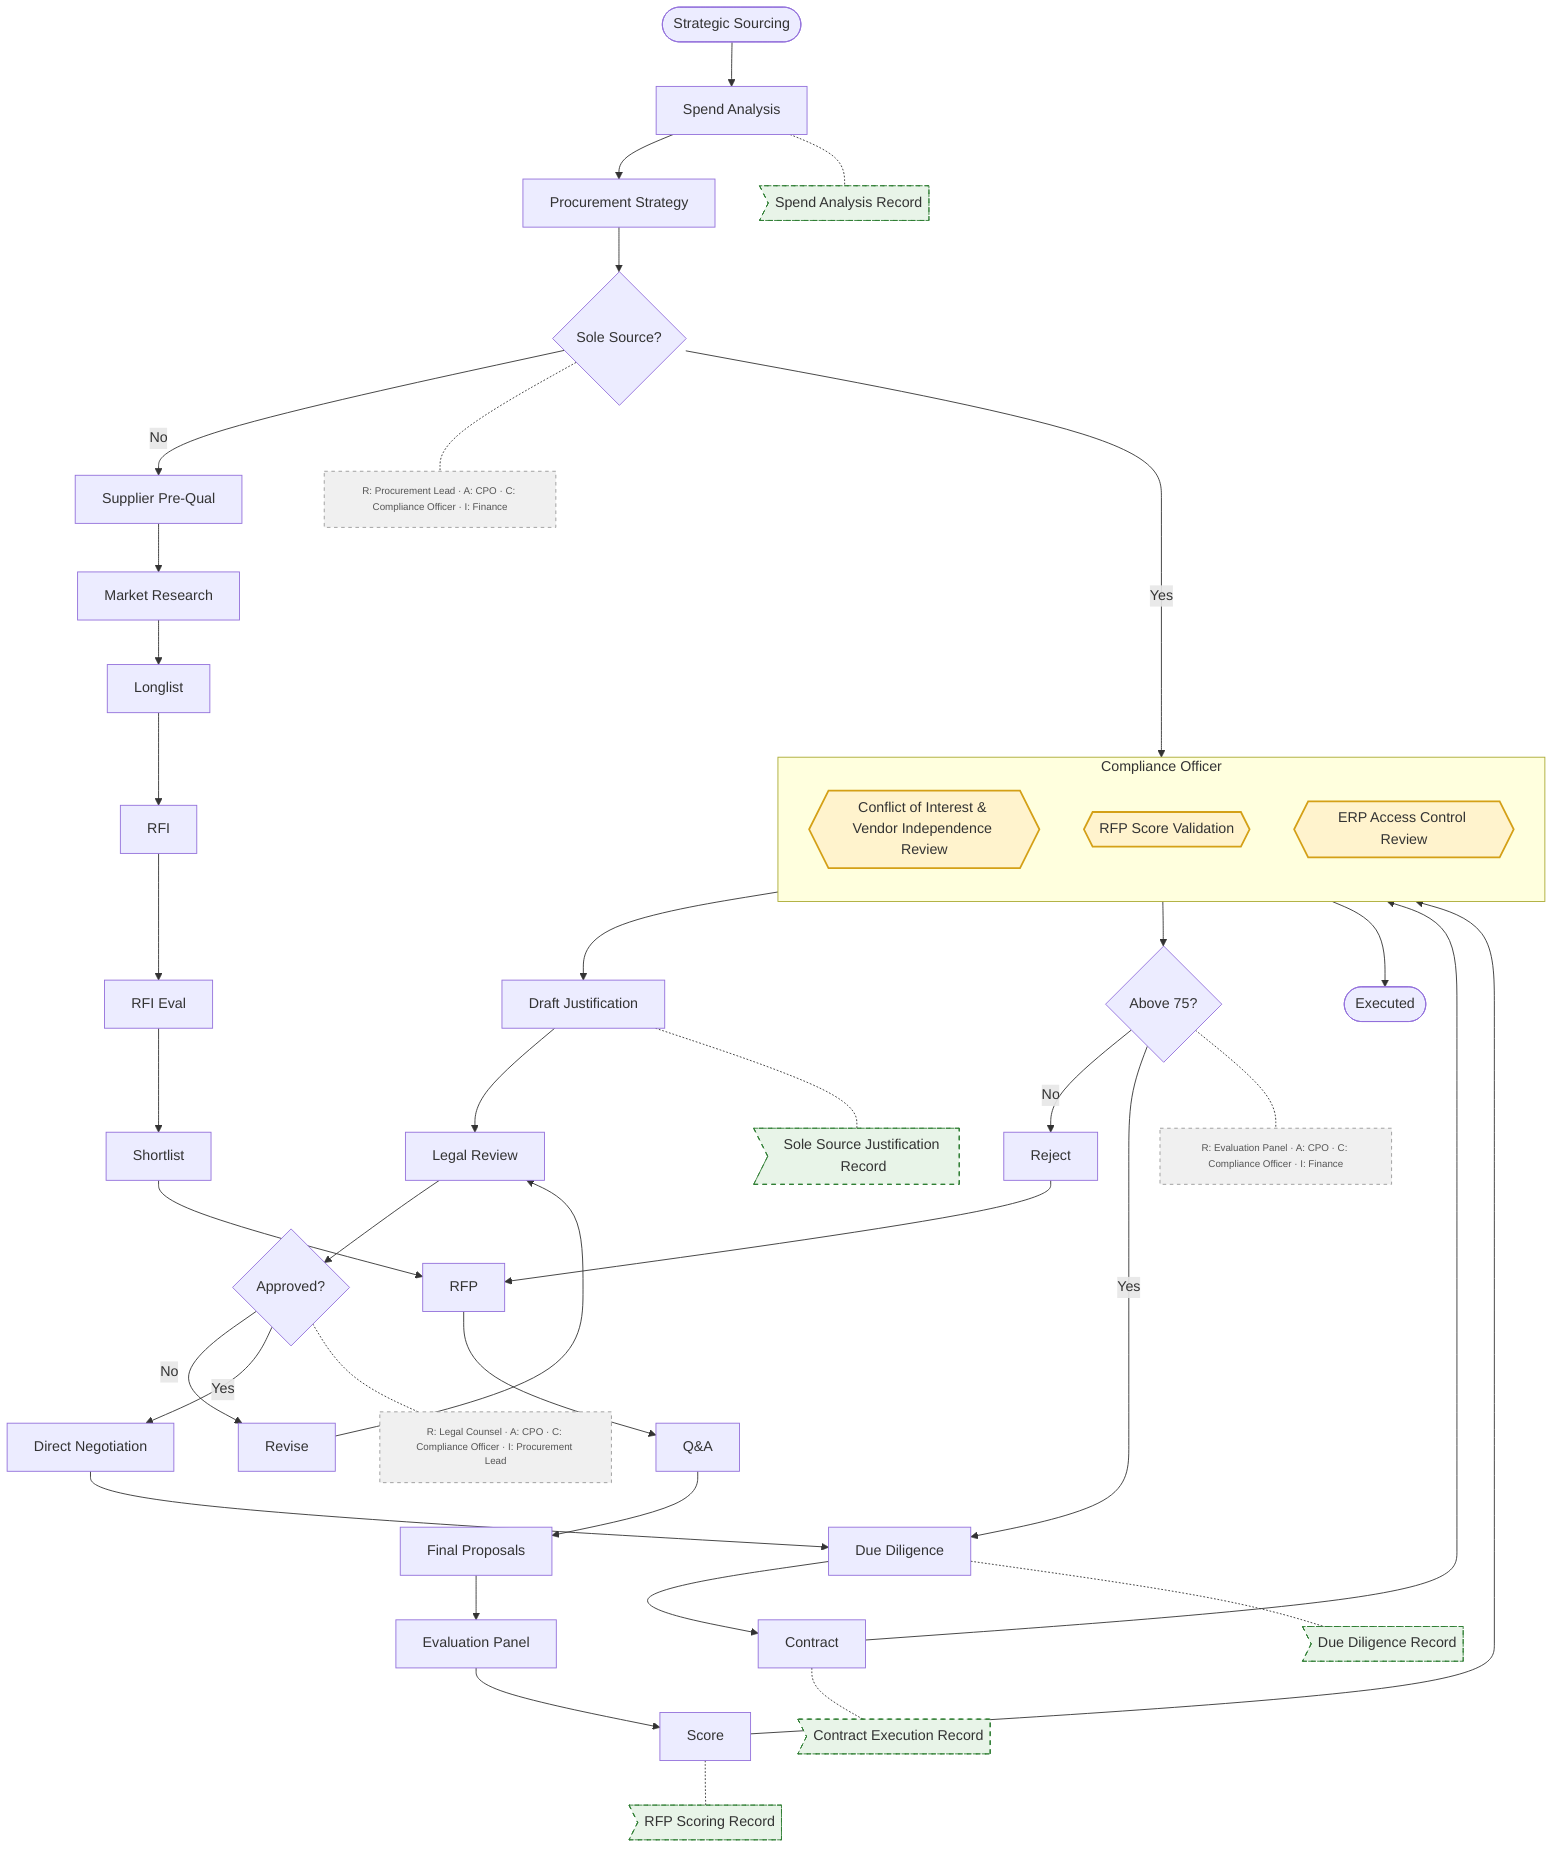
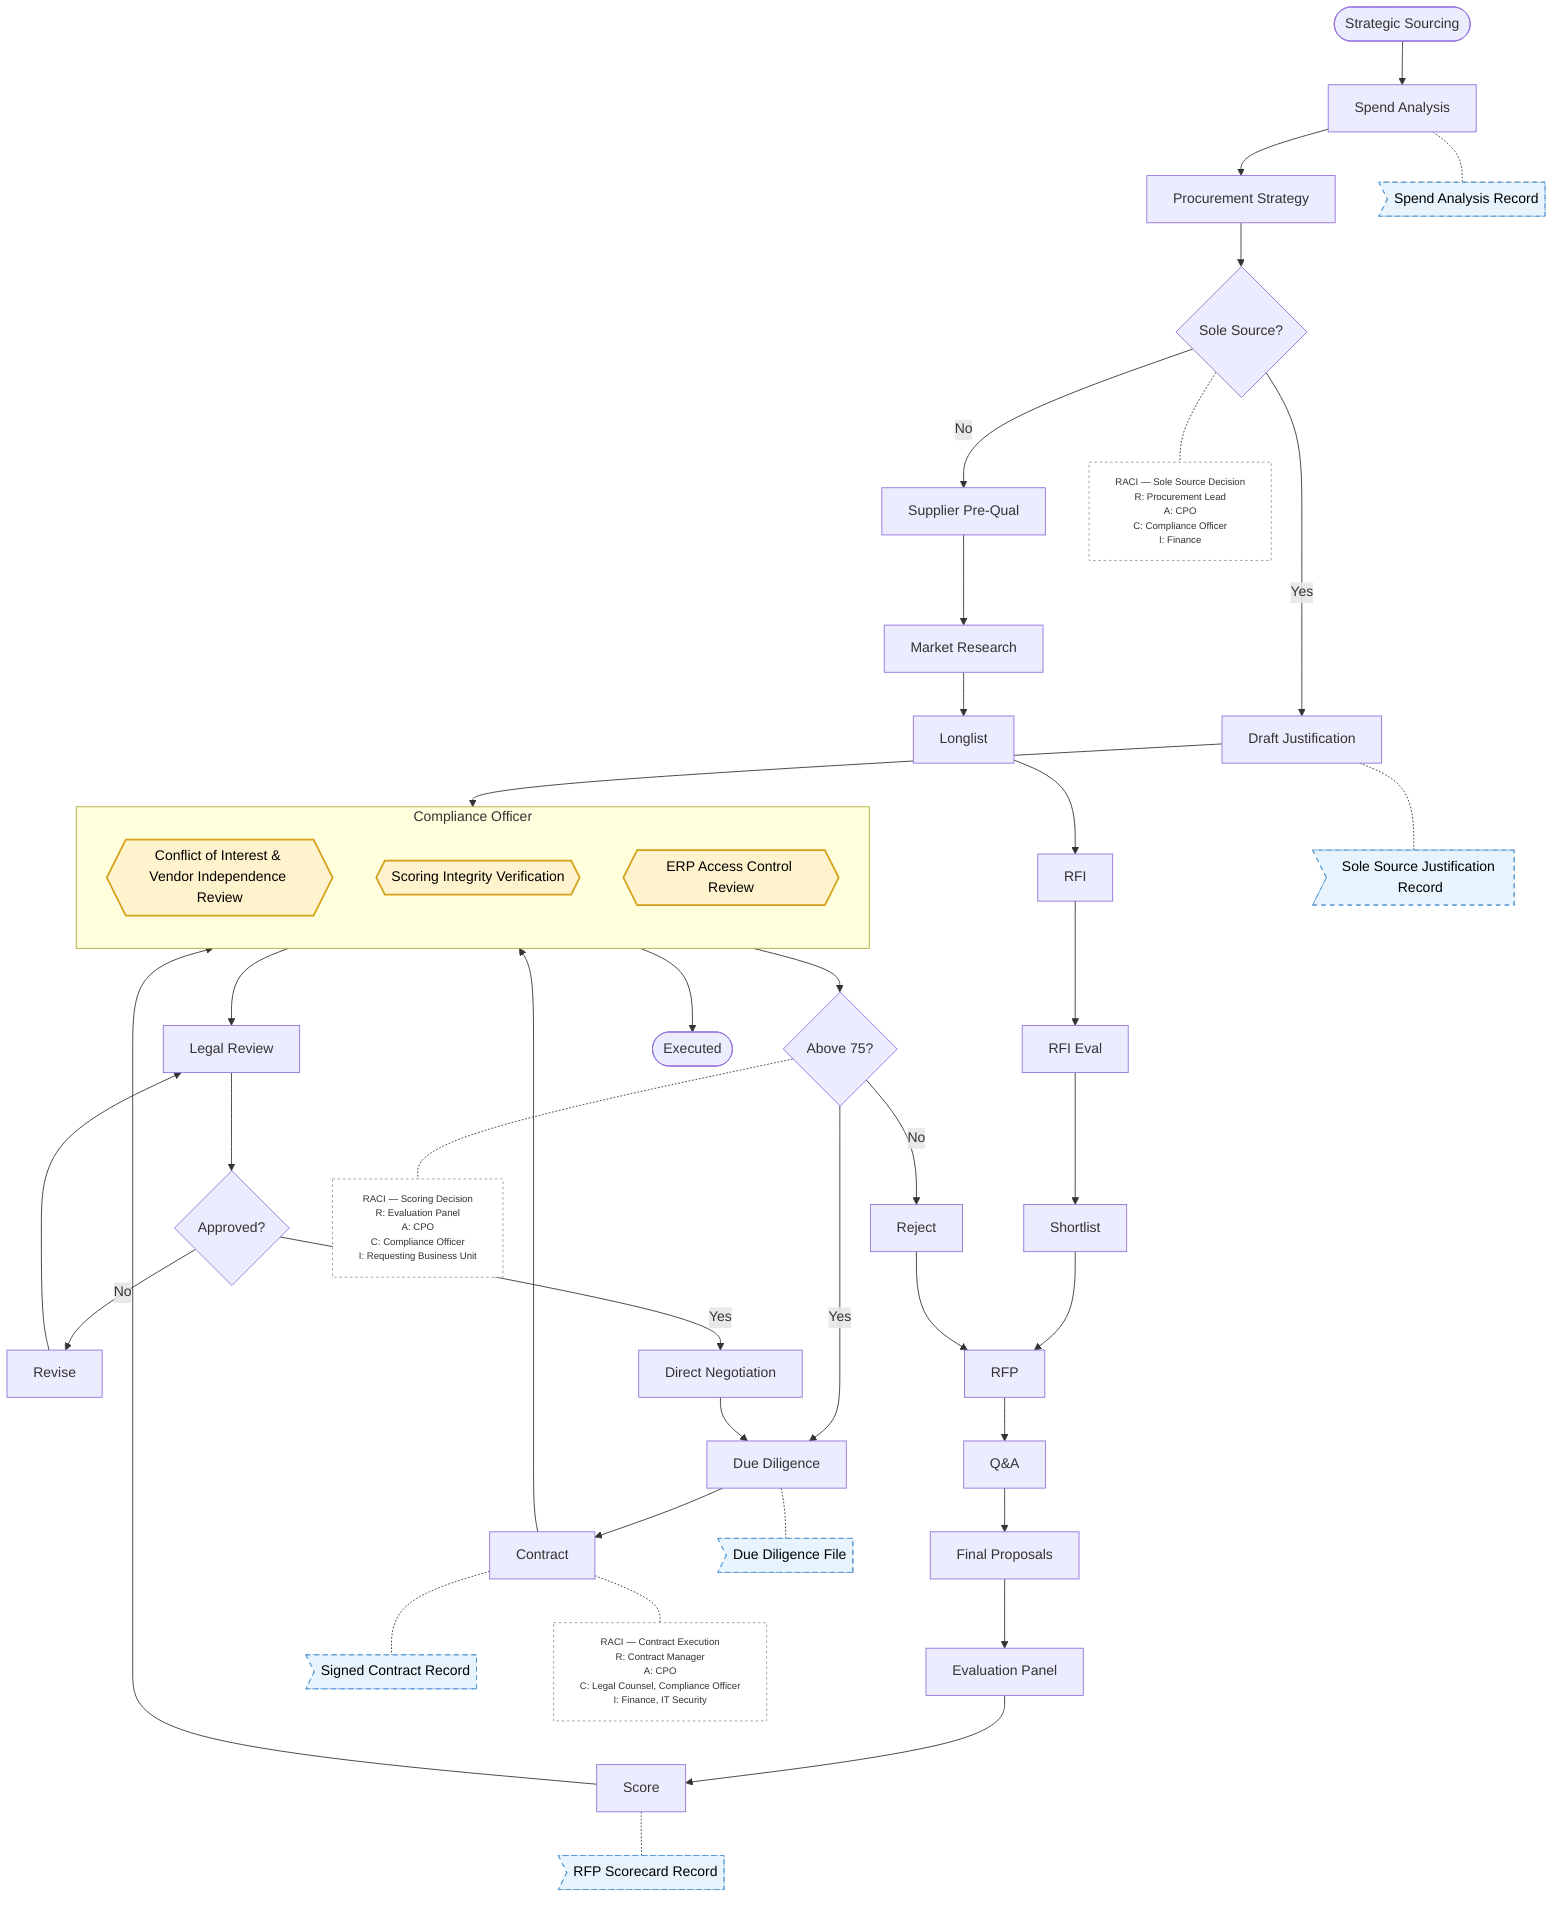
flowchart TD
-     %% ⚡ CHANGED SECTION — Compliance Officer lane with three checkpoints
-     subgraph COMP["Compliance Officer"]
-         direction TB
-         CHK1{{"Conflict of Interest & Vendor Independence Review"}}
-         CHK2{{"RFP Score Validation"}}
-         CHK3{{"ERP Access Control Review"}}
-     end
- 
    A([Strategic Sourcing]) --> B[Spend Analysis]
    B --> C[Procurement Strategy]
    C --> D{Sole Source?}
- 
-     %% ⚡ CHANGED SECTION — COI checkpoint before Sole Source justification is accepted
-     D --> |Yes| CHK1
-     CHK1 --> E[Draft Justification]
- 
+     D --> |Yes| E[Draft Justification]
    D --> |No| F[Supplier Pre-Qual]
-     E --> G[Legal Review]
+     E --> CHK1
    G --> H{Approved?}
    H --> |No| I[Revise]
    I --> G
    H --> |Yes| J[Direct Negotiation]
    F --> K[Market Research]
    K --> L[Longlist]
    L --> M[RFI]
    M --> N[RFI Eval]
    N --> O[Shortlist]
    O --> P[RFP]
    P --> Q[Q&A]
    Q --> R[Final Proposals]
    R --> S[Evaluation Panel]
    S --> T[Score]
- 
-     %% ⚡ CHANGED SECTION — Score validation checkpoint before threshold gate
    T --> CHK2
-     CHK2 --> U{Above 75?}
- 
    U --> |No| V[Reject]
    U --> |Yes| W[Due Diligence]
    J --> W
    V --> P
    W --> X[Contract]
+     X --> CHK3
+     Y([Executed])

-     %% ⚡ CHANGED SECTION — ERP access control review after contract execution
-     X --> CHK3
-     CHK3 --> Y([Executed])
+     %% ⚡ CHANGED SECTION — Compliance Officer lane with three checkpoints
+     subgraph COMP["Compliance Officer"]
+         direction TB
+         CHK1{{"Conflict of Interest & Vendor Independence Review"}}
+         CHK2{{"Scoring Integrity Verification"}}
+         CHK3{{"ERP Access Control Review"}}
+     end

-     %% ⚡ CHANGED SECTION — Documentation gates (data objects / audit artifacts)
-     DOC_B>"Spend Analysis Record"]
-     B -.- DOC_B
+     CHK1 --> G[Legal Review]
+     CHK2 --> U{Above 75?}
+     CHK3 --> Y

-     DOC_E>"Sole Source Justification Record"]
-     E -.- DOC_E
+     %% ⚡ CHANGED SECTION — Audit records as data-object artifacts (not inline)
+     DOC_SPEND>"Spend Analysis Record"]
+     DOC_SOLESOURCE>"Sole Source Justification Record"]
+     DOC_SCORECARD>"RFP Scorecard Record"]
+     DOC_DD>"Due Diligence File"]
+     DOC_CONTRACT>"Signed Contract Record"]

-     DOC_T>"RFP Scoring Record"]
-     T -.- DOC_T
+     B -.- DOC_SPEND
+     E -.- DOC_SOLESOURCE
+     T -.- DOC_SCORECARD
+     W -.- DOC_DD
+     X -.- DOC_CONTRACT

-     DOC_W>"Due Diligence Record"]
-     W -.- DOC_W
- 
-     DOC_X>"Contract Execution Record"]
-     X -.- DOC_X
- 
-     %% ⚡ CHANGED SECTION — RACI annotations on major decision points
-     RACI_D["R: Procurement Lead · A: CPO · C: Compliance Officer · I: Finance"]
+     %% ⚡ CHANGED SECTION — RACI annotations on the three big decisions
+     RACI_D["RACI — Sole Source Decision
+     R: Procurement Lead
+     A: CPO
+     C: Compliance Officer
+     I: Finance"]
    D -.- RACI_D

-     RACI_H["R: Legal Counsel · A: CPO · C: Compliance Officer · I: Procurement Lead"]
-     H -.- RACI_H
- 
-     RACI_U["R: Evaluation Panel · A: CPO · C: Compliance Officer · I: Finance"]
+     RACI_U["RACI — Scoring Decision
+     R: Evaluation Panel
+     A: CPO
+     C: Compliance Officer
+     I: Requesting Business Unit"]
    U -.- RACI_U

+     RACI_X["RACI — Contract Execution
+     R: Contract Manager
+     A: CPO
+     C: Legal Counsel, Compliance Officer
+     I: Finance, IT Security"]
+     X -.- RACI_X
+ 
    %% ⚡ CHANGED SECTION — Styling
-     classDef checkpoint fill:#fff3cd,stroke:#d4a017,stroke-width:2px,color:#333
-     classDef dataobj fill:#e8f4e8,stroke:#2e7d32,stroke-width:1px,stroke-dasharray:5 5,color:#333
-     classDef annotation fill:#f0f0f0,stroke:#999,stroke-width:1px,stroke-dasharray:4 4,color:#555,font-size:11px
+     classDef checkpoint fill:#fff3cd,stroke:#d4a017,stroke-width:2px,color:#000
+     classDef dataobj fill:#e8f4fd,stroke:#5b9bd5,stroke-width:1px,stroke-dasharray:5 5,color:#000
+     classDef annotation fill:#fff,stroke:#999,stroke-width:1px,stroke-dasharray:3 3,color:#333,font-size:11px

    class CHK1,CHK2,CHK3 checkpoint
-     class DOC_B,DOC_E,DOC_T,DOC_W,DOC_X dataobj
-     class RACI_D,RACI_H,RACI_U annotation
+     class DOC_SPEND,DOC_SOLESOURCE,DOC_SCORECARD,DOC_DD,DOC_CONTRACT dataobj
+     class RACI_D,RACI_U,RACI_X annotation

%% EXPLANATION:
- %% Added a Compliance Officer subgraph containing three governance checkpoints: (1) a Conflict of Interest & Vendor Independence Review inserted between the Sole Source decision and Draft Justification, (2) an RFP Score Validation inserted between Score and the Above 75 threshold gate, and (3) an ERP Access Control Review inserted between Contract execution and the Executed end event. Five documentation artifacts (Spend Analysis Record, Sole Source Justification Record, RFP Scoring Record, Due Diligence Record, Contract Execution Record) are attached as data objects via dotted association lines to their respective tasks, keeping them out of the main sequence flow. RACI annotations are attached via dotted lines to the three major decision gateways (Sole Source, Approved, Above 75). All original paths—sole source, competitive RFP, and reject-resubmit loop—remain intact with no removed or rerouted edges.+ %% Added a Compliance Officer subgraph (lane) containing three hexagonal checkpoint tasks: Conflict of Interest & Vendor Independence Review (inserted between Draft Justification and Legal Review), Scoring Integrity Verification (inserted between Score and the Above 75? gateway), and ERP Access Control Review (inserted between Contract and Executed). Five audit-trail data objects (Spend Analysis Record, Sole Source Justification Record, RFP Scorecard Record, Due Diligence File, Signed Contract Record) were attached as artifacts via dotted association lines to their source tasks, keeping them out of the sequence flow. RACI annotation nodes were added to the three major decision gateways (Sole Source?, Above 75?, Contract Execution) on dotted lines. All existing paths—sole source, competitive bidding, and reject-resubmit—remain unchanged.